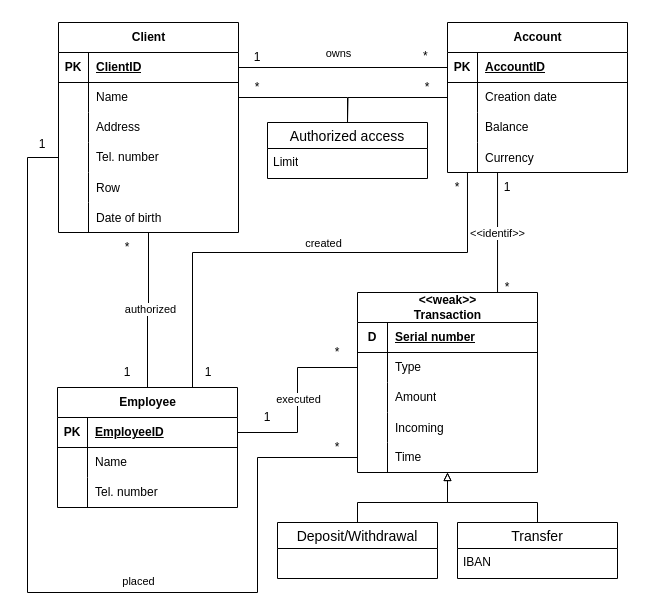
Marek324/butfit-ids keeps this draw.io diagram as erd.drawio. Above is the earlier version. Source tidied: cells renumbered, new cells numbered last; positions are measured from the earlier drawing's top-left corner, leaving out a move shared by most shapes. Both pictures are drawn from the tidied source at 100%, with x=0, y=0 at pixel (17, 22).
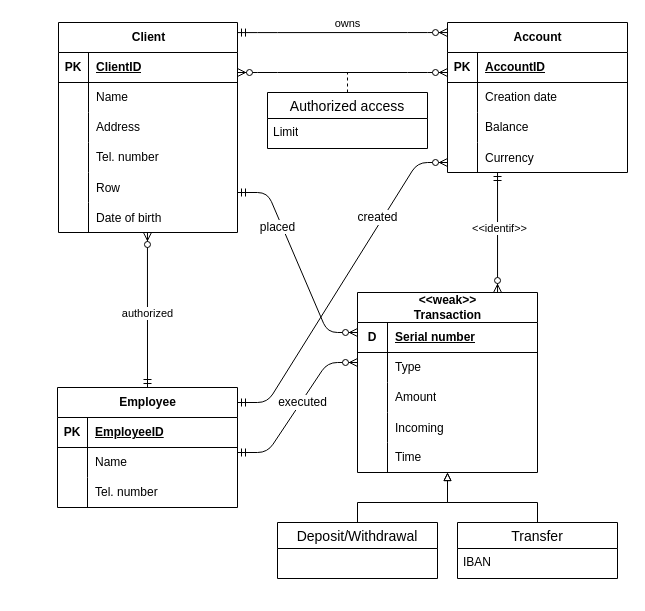
The same diagram, later.

Commit message:
Update ERD to crow's foot

The change refers to these unchanged cells:
```xml
<mxCell id="21" value="Account" style="shape=table;startSize=30;childLayout=tableLayout;rowLines=0;fontStyle=1;align=center;html=1;" parent="1" vertex="1">
  <mxGeometry x="430" width="180" height="150" as="geometry" />
</mxCell>
<mxCell id="22" style="shape=tableRow;horizontal=0;startSize=0;swimlaneHead=0;swimlaneBody=0;fillColor=none;points=[[0,0.5],[1,0.5]];portConstraint=eastwest;top=0;left=0;right=0;bottom=1;" parent="21" vertex="1">
  <mxGeometry y="30" width="180" height="30" as="geometry" />
</mxCell>
<mxCell id="25" style="shape=tableRow;horizontal=0;startSize=0;swimlaneHead=0;swimlaneBody=0;fillColor=none;points=[[0,0.5],[1,0.5]];portConstraint=eastwest;top=0;left=0;right=0;bottom=0;" parent="21" vertex="1">
  <mxGeometry y="60" width="180" height="30" as="geometry" />
</mxCell>
<mxCell id="31" style="shape=tableRow;horizontal=0;startSize=0;swimlaneHead=0;swimlaneBody=0;fillColor=none;points=[[0,0.5],[1,0.5]];portConstraint=eastwest;top=0;left=0;right=0;bottom=0;" parent="21" vertex="1">
  <mxGeometry y="120" width="180" height="30" as="geometry" />
</mxCell>
<mxCell id="40" value="&amp;lt;&amp;lt;weak&amp;gt;&amp;gt;&lt;br&gt;&lt;div&gt;Transaction&lt;/div&gt;" style="shape=table;startSize=30;childLayout=tableLayout;rowLines=0;fontStyle=1;align=center;html=1;" parent="1" vertex="1">
  <mxGeometry x="340" y="270" width="180" height="180" as="geometry" />
</mxCell>
<mxCell id="41" style="shape=tableRow;horizontal=0;startSize=0;swimlaneHead=0;swimlaneBody=0;fillColor=none;points=[[0,0.5],[1,0.5]];portConstraint=eastwest;top=0;left=0;right=0;bottom=1;" parent="40" vertex="1">
  <mxGeometry y="30" width="180" height="30" as="geometry" />
</mxCell>
<mxCell id="44" style="shape=tableRow;horizontal=0;startSize=0;swimlaneHead=0;swimlaneBody=0;fillColor=none;points=[[0,0.5],[1,0.5]];portConstraint=eastwest;top=0;left=0;right=0;bottom=0;" parent="40" vertex="1">
  <mxGeometry y="60" width="180" height="30" as="geometry" />
</mxCell>
<mxCell id="53" style="shape=tableRow;horizontal=0;startSize=0;swimlaneHead=0;swimlaneBody=0;fillColor=none;points=[[0,0.5],[1,0.5]];portConstraint=eastwest;top=0;left=0;right=0;bottom=0;" parent="40" vertex="1">
  <mxGeometry y="150" width="180" height="30" as="geometry" />
</mxCell>
<mxCell id="56" value="Employee" style="shape=table;startSize=30;childLayout=tableLayout;rowLines=0;fontStyle=1;align=center;html=1;" parent="1" vertex="1">
  <mxGeometry x="40" y="365" width="180" height="120" as="geometry" />
</mxCell>
<mxCell id="60" style="shape=tableRow;horizontal=0;startSize=0;swimlaneHead=0;swimlaneBody=0;fillColor=none;points=[[0,0.5],[1,0.5]];portConstraint=eastwest;top=0;left=0;right=0;bottom=0;" parent="56" vertex="1">
  <mxGeometry y="60" width="180" height="30" as="geometry" />
</mxCell>
```

Diff of the diagram source:
```diff
@@
     <mxCell id="2" value="Client" style="shape=table;startSize=30;childLayout=tableLayout;rowLines=0;fontStyle=1;align=center;html=1;" parent="1" vertex="1">
-      <mxGeometry x="41" width="180" height="210" as="geometry" />
+      <mxGeometry x="41" width="179" height="210" as="geometry" />
     </mxCell>
     <mxCell id="3" style="shape=tableRow;horizontal=0;startSize=0;swimlaneHead=0;swimlaneBody=0;fillColor=none;points=[[0,0.5],[1,0.5]];portConstraint=eastwest;top=0;left=0;right=0;bottom=1;" parent="2" vertex="1">
-      <mxGeometry y="30" width="180" height="30" as="geometry" />
+      <mxGeometry y="30" width="179" height="30" as="geometry" />
     </mxCell>
@@
     <mxCell id="5" value="ClientID" style="shape=partialRectangle;fillColor=none;top=0;left=0;bottom=0;right=0;align=left;spacingLeft=6;fontStyle=5;overflow=hidden;whiteSpace=wrap;html=1;" parent="3" vertex="1">
-      <mxGeometry x="30" width="150" height="30" as="geometry" />
+      <mxGeometry x="30" width="149" height="30" as="geometry" />
     </mxCell>
     <mxCell id="6" style="shape=tableRow;horizontal=0;startSize=0;swimlaneHead=0;swimlaneBody=0;fillColor=none;points=[[0,0.5],[1,0.5]];portConstraint=eastwest;top=0;left=0;right=0;bottom=0;" parent="2" vertex="1">
-      <mxGeometry y="60" width="180" height="30" as="geometry" />
+      <mxGeometry y="60" width="179" height="30" as="geometry" />
     </mxCell>
@@
     <mxCell id="8" value="Name" style="shape=partialRectangle;fillColor=none;top=0;left=0;bottom=0;right=0;align=left;spacingLeft=6;overflow=hidden;whiteSpace=wrap;html=1;" parent="6" vertex="1">
-      <mxGeometry x="30" width="150" height="30" as="geometry" />
+      <mxGeometry x="30" width="149" height="30" as="geometry" />
     </mxCell>
     <mxCell id="9" style="shape=tableRow;horizontal=0;startSize=0;swimlaneHead=0;swimlaneBody=0;fillColor=none;top=0;left=0;right=0;bottom=0;" parent="2" vertex="1">
-      <mxGeometry y="90" width="180" height="30" as="geometry" />
+      <mxGeometry y="90" width="179" height="30" as="geometry" />
     </mxCell>
@@
     <mxCell id="11" value="Address" style="shape=partialRectangle;fillColor=none;top=0;left=0;bottom=0;right=0;align=left;spacingLeft=6;overflow=hidden;whiteSpace=wrap;html=1;" parent="9" vertex="1">
-      <mxGeometry x="30" width="150" height="30" as="geometry" />
+      <mxGeometry x="30" width="149" height="30" as="geometry" />
     </mxCell>
     <mxCell id="12" style="shape=tableRow;horizontal=0;startSize=0;swimlaneHead=0;swimlaneBody=0;fillColor=none;points=[[0,0.5],[1,0.5]];portConstraint=eastwest;top=0;left=0;right=0;bottom=0;" parent="2" vertex="1">
-      <mxGeometry y="120" width="180" height="30" as="geometry" />
+      <mxGeometry y="120" width="179" height="30" as="geometry" />
     </mxCell>
@@
     <mxCell id="14" value="Tel. number" style="shape=partialRectangle;fillColor=none;top=0;left=0;bottom=0;right=0;align=left;spacingLeft=6;overflow=hidden;whiteSpace=wrap;html=1;" parent="12" vertex="1">
-      <mxGeometry x="30" width="150" height="30" as="geometry" />
+      <mxGeometry x="30" width="149" height="30" as="geometry" />
     </mxCell>
     <mxCell id="15" style="shape=tableRow;horizontal=0;startSize=0;swimlaneHead=0;swimlaneBody=0;fillColor=none;points=[[0,0.5],[1,0.5]];portConstraint=eastwest;top=0;left=0;right=0;bottom=0;" parent="2" vertex="1">
-      <mxGeometry y="150" width="180" height="30" as="geometry" />
+      <mxGeometry y="150" width="179" height="30" as="geometry" />
     </mxCell>
@@
     <mxCell id="17" value="Row" style="shape=partialRectangle;fillColor=none;top=0;left=0;bottom=0;right=0;align=left;spacingLeft=6;overflow=hidden;" parent="15" vertex="1">
-      <mxGeometry x="30" width="150" height="30" as="geometry" />
+      <mxGeometry x="30" width="149" height="30" as="geometry" />
     </mxCell>
     <mxCell id="18" style="shape=tableRow;horizontal=0;startSize=0;swimlaneHead=0;swimlaneBody=0;fillColor=none;points=[[0,0.5],[1,0.5]];portConstraint=eastwest;top=0;left=0;right=0;bottom=0;" parent="2" vertex="1">
-      <mxGeometry y="180" width="180" height="30" as="geometry" />
+      <mxGeometry y="180" width="179" height="30" as="geometry" />
     </mxCell>
@@
     <mxCell id="20" value="Date of birth" style="shape=partialRectangle;fillColor=none;top=0;left=0;bottom=0;right=0;align=left;spacingLeft=6;overflow=hidden;" parent="18" vertex="1">
-      <mxGeometry x="30" width="150" height="30" as="geometry" />
+      <mxGeometry x="30" width="149" height="30" as="geometry" />
     </mxCell>
@@
-    <mxCell id="34" style="edgeStyle=orthogonalEdgeStyle;rounded=0;jettySize=auto;html=1;exitX=1;exitY=0.5;exitDx=0;exitDy=0;entryX=0;entryY=0.5;entryDx=0;entryDy=0;endArrow=none;endFill=0;" parent="1" edge="1" source="3" target="22">
-      <mxGeometry relative="1" as="geometry" />
-    </mxCell>
-    <mxCell id="35" value="owns" style="edgeLabel;html=1;align=center;verticalAlign=middle;" parent="34" vertex="1">
-      <mxGeometry x="-0.05" y="2" relative="1" as="geometry">
-        <mxPoint y="-13" as="offset" />
-      </mxGeometry>
-    </mxCell>
+    <mxCell id="95" style="edgeStyle=none;html=1;exitX=0.5;exitY=0;exitDx=0;exitDy=0;endArrow=none;endFill=0;dashed=1;" parent="1" edge="1" source="36">
+      <mxGeometry relative="1" as="geometry">
+        <mxPoint x="330" y="50" as="targetPoint" />
+      </mxGeometry>
+    </mxCell>
     <mxCell id="36" value="Authorized access" style="swimlane;fontStyle=0;horizontal=1;startSize=26;align=center;fontSize=14;" parent="1" vertex="1">
-      <mxGeometry x="250" y="100" width="160" height="56" as="geometry" />
+      <mxGeometry x="250" y="70" width="160" height="56" as="geometry" />
     </mxCell>
@@
-    <mxCell id="38" style="edgeStyle=orthogonalEdgeStyle;rounded=0;jettySize=auto;html=1;exitX=1;exitY=0.5;exitDx=0;exitDy=0;endArrow=none;endFill=0;" parent="1" edge="1" source="6" target="36">
-      <mxGeometry relative="1" as="geometry" />
-    </mxCell>
-    <mxCell id="39" style="edgeStyle=orthogonalEdgeStyle;rounded=0;jettySize=auto;html=1;exitX=0;exitY=0.5;exitDx=0;exitDy=0;endArrow=none;endFill=0;" parent="1" edge="1" source="25">
-      <mxGeometry relative="1" as="geometry">
-        <mxPoint x="330" y="100" as="targetPoint" />
-      </mxGeometry>
-    </mxCell>
@@
-    <mxCell id="66" style="edgeStyle=orthogonalEdgeStyle;rounded=0;jettySize=auto;html=1;exitX=1;exitY=0.5;exitDx=0;exitDy=0;entryX=0;entryY=0.5;entryDx=0;entryDy=0;endArrow=none;endFill=0;" parent="1" edge="1" source="60" target="44">
-      <mxGeometry relative="1" as="geometry">
-        <Array as="points">
-          <mxPoint x="220" y="410" />
-          <mxPoint x="280" y="410" />
-          <mxPoint x="280" y="345" />
-        </Array>
-      </mxGeometry>
-    </mxCell>
-    <mxCell id="67" value="executed" style="edgeLabel;html=1;align=center;verticalAlign=middle;" parent="66" vertex="1">
-      <mxGeometry x="0.12" y="-2" relative="1" as="geometry">
-        <mxPoint x="-2" y="-4" as="offset" />
-      </mxGeometry>
-    </mxCell>
@@
-    <mxCell id="72" value="1" style="text;html=1;align=center;verticalAlign=middle;whiteSpace=wrap;rounded=0;" parent="1" vertex="1">
-      <mxGeometry x="210" y="20" width="60" height="30" as="geometry" />
-    </mxCell>
-    <mxCell id="73" value="*" style="text;strokeColor=none;fillColor=none;spacingLeft=4;spacingRight=4;overflow=hidden;fontSize=12;whiteSpace=wrap;html=1;" parent="1" vertex="1">
-      <mxGeometry x="400" y="20" width="40" height="30" as="geometry" />
-    </mxCell>
-    <mxCell id="74" value="*" style="text;html=1;align=center;verticalAlign=middle;whiteSpace=wrap;rounded=0;" parent="1" vertex="1">
-      <mxGeometry x="210" y="50" width="60" height="30" as="geometry" />
-    </mxCell>
-    <mxCell id="75" value="*" style="text;html=1;align=center;verticalAlign=middle;whiteSpace=wrap;rounded=0;" parent="1" vertex="1">
-      <mxGeometry x="380" y="50" width="60" height="30" as="geometry" />
-    </mxCell>
-    <mxCell id="76" value="1" style="text;html=1;align=center;verticalAlign=middle;whiteSpace=wrap;rounded=0;" parent="1" vertex="1">
-      <mxGeometry x="460" y="150" width="60" height="30" as="geometry" />
-    </mxCell>
-    <mxCell id="77" value="*" style="text;html=1;align=center;verticalAlign=middle;whiteSpace=wrap;rounded=0;" parent="1" vertex="1">
-      <mxGeometry x="460" y="250" width="60" height="30" as="geometry" />
-    </mxCell>
-    <mxCell id="78" value="1" style="text;html=1;align=center;verticalAlign=middle;whiteSpace=wrap;rounded=0;" parent="1" vertex="1">
-      <mxGeometry x="220" y="380" width="60" height="30" as="geometry" />
-    </mxCell>
-    <mxCell id="79" value="*" style="text;html=1;align=center;verticalAlign=middle;whiteSpace=wrap;rounded=0;" parent="1" vertex="1">
-      <mxGeometry x="290" y="315" width="60" height="30" as="geometry" />
-    </mxCell>
@@
+    <mxCell id="96" style="edgeStyle=entityRelationEdgeStyle;fontSize=12;html=1;endArrow=ERzeroToMany;startArrow=ERmandOne;entryX=0;entryY=0.067;entryDx=0;entryDy=0;entryPerimeter=0;exitX=1;exitY=0.048;exitDx=0;exitDy=0;exitPerimeter=0;" parent="1" edge="1" source="2" target="21">
+      <mxGeometry relative="1" as="geometry" />
+    </mxCell>
+    <mxCell id="35" value="owns" style="edgeLabel;html=1;align=center;verticalAlign=middle;" parent="96" vertex="1">
+      <mxGeometry x="0.24" y="2" relative="1" as="geometry">
+        <mxPoint x="-20" y="-8" as="offset" />
+      </mxGeometry>
+    </mxCell>
+    <mxCell id="97" style="edgeStyle=entityRelationEdgeStyle;fontSize=12;html=1;endArrow=ERzeroToMany;endFill=1;startArrow=ERzeroToMany;entryX=0;entryY=0.667;entryDx=0;entryDy=0;entryPerimeter=0;" parent="1" edge="1" target="22">
+      <mxGeometry relative="1" as="geometry">
+        <mxPoint x="220" y="50" as="sourcePoint" />
+      </mxGeometry>
+    </mxCell>
+    <mxCell id="85" style="edgeStyle=entityRelationEdgeStyle;fontSize=12;html=1;endArrow=ERzeroToMany;startArrow=ERmandOne;exitX=1;exitY=0.125;exitDx=0;exitDy=0;exitPerimeter=0;entryX=0;entryY=0.667;entryDx=0;entryDy=0;entryPerimeter=0;" parent="1" edge="1" source="56" target="31">
+      <mxGeometry relative="1" as="geometry">
+        <Array as="points">
+          <mxPoint x="220" y="340" />
+        </Array>
+      </mxGeometry>
+    </mxCell>
+    <mxCell id="98" style="edgeStyle=entityRelationEdgeStyle;fontSize=12;html=1;endArrow=ERzeroToMany;startArrow=ERmandOne;entryX=0;entryY=0.333;entryDx=0;entryDy=0;entryPerimeter=0;" parent="1" edge="1" target="44">
+      <mxGeometry relative="1" as="geometry">
+        <mxPoint x="220" y="430" as="sourcePoint" />
+      </mxGeometry>
+    </mxCell>
+    <mxCell id="67" value="executed" style="text;html=1;align=center;verticalAlign=middle;strokeColor=none;fillColor=none;labelBackgroundColor=default;" parent="1" vertex="1">
+      <mxGeometry x="250" y="365" width="70" height="30" as="geometry" />
+    </mxCell>
+    <mxCell id="99" style="edgeStyle=entityRelationEdgeStyle;fontSize=12;html=1;endArrow=ERzeroToMany;startArrow=ERmandOne;entryX=0;entryY=0.333;entryDx=0;entryDy=0;entryPerimeter=0;exitX=1;exitY=0.667;exitDx=0;exitDy=0;exitPerimeter=0;" parent="1" edge="1" source="15" target="41">
+      <mxGeometry relative="1" as="geometry" />
+    </mxCell>
+    <mxCell id="86" value="created" style="text;html=1;align=center;verticalAlign=middle;strokeColor=none;fillColor=none;labelBackgroundColor=default;" parent="1" vertex="1">
+      <mxGeometry x="330" y="180" width="60" height="30" as="geometry" />
+    </mxCell>
+    <mxCell id="92" value="&lt;span style=&quot;background-color: light-dark(#ffffff, var(--ge-dark-color, #121212));&quot;&gt;placed&lt;/span&gt;" style="text;html=1;align=center;verticalAlign=middle;strokeColor=none;fillColor=none;rotation=0;" parent="1" vertex="1">
+      <mxGeometry x="230" y="190" width="60" height="30" as="geometry" />
+    </mxCell>
+    <mxCell id="100" style="fontSize=12;html=1;endArrow=ERzeroToMany;startArrow=ERmandOne;entryX=0.778;entryY=0;entryDx=0;entryDy=0;entryPerimeter=0;exitX=0.278;exitY=1;exitDx=0;exitDy=0;exitPerimeter=0;" parent="1" edge="1" source="31" target="40">
+      <mxGeometry relative="1" as="geometry" />
+    </mxCell>
+    <mxCell id="88" value="&amp;lt;&amp;lt;identif&amp;gt;&amp;gt;" style="edgeLabel;html=1;align=center;verticalAlign=middle;" parent="100" vertex="1">
+      <mxGeometry x="-0.23" y="1" relative="1" as="geometry">
+        <mxPoint y="9" as="offset" />
+      </mxGeometry>
+    </mxCell>
-    <mxCell id="81" style="edgeStyle=orthogonalEdgeStyle;rounded=0;jettySize=auto;html=1;exitX=0.5;exitY=0;exitDx=0;exitDy=0;endArrow=none;startFill=0;entryX=0.5;entryY=1;entryDx=0;entryDy=0;entryPerimeter=0;" parent="1" edge="1" source="56" target="18">
+    <mxCell id="81" style="fontSize=12;html=1;endArrow=ERzeroToMany;startArrow=ERmandOne;entryX=0.497;entryY=1;entryDx=0;entryDy=0;entryPerimeter=0;exitX=0.5;exitY=0;exitDx=0;exitDy=0;" parent="1" edge="1" source="56" target="18">
       <mxGeometry relative="1" as="geometry" />
     </mxCell>
     <mxCell id="82" value="authorized" style="edgeLabel;html=1;align=center;verticalAlign=middle;" parent="81" vertex="1">
-      <mxGeometry x="0.03" y="-1" relative="1" as="geometry" />
+      <mxGeometry x="-0.11" y="1" relative="1" as="geometry">
+        <mxPoint x="1" y="-6" as="offset" />
+      </mxGeometry>
     </mxCell>
-    <mxCell id="83" value="1" style="text;html=1;align=center;verticalAlign=middle;whiteSpace=wrap;rounded=0;" parent="1" vertex="1">
-      <mxGeometry x="80" y="335" width="60" height="30" as="geometry" />
-    </mxCell>
-    <mxCell id="84" value="1" style="text;html=1;align=center;verticalAlign=middle;whiteSpace=wrap;rounded=0;" parent="1" vertex="1">
-      <mxGeometry x="161" y="335" width="60" height="30" as="geometry" />
-    </mxCell>
-    <mxCell id="85" style="edgeStyle=orthogonalEdgeStyle;rounded=0;jettySize=auto;html=1;exitX=0.75;exitY=0;exitDx=0;exitDy=0;entryX=0.111;entryY=1;entryDx=0;entryDy=0;entryPerimeter=0;endArrow=none;startFill=0;" parent="1" edge="1" source="56" target="31">
-      <mxGeometry relative="1" as="geometry">
-        <Array as="points">
-          <mxPoint x="175" y="230" />
-          <mxPoint x="450" y="230" />
-        </Array>
-      </mxGeometry>
-    </mxCell>
-    <mxCell id="86" value="created" style="edgeLabel;html=1;align=center;verticalAlign=middle;" parent="85" vertex="1">
-      <mxGeometry x="0.04" y="4" relative="1" as="geometry">
-        <mxPoint x="10" y="-6" as="offset" />
-      </mxGeometry>
-    </mxCell>
-    <mxCell id="87" style="edgeStyle=orthogonalEdgeStyle;rounded=0;jettySize=auto;html=1;exitX=0.778;exitY=0;exitDx=0;exitDy=0;entryX=0.278;entryY=1;entryDx=0;entryDy=0;entryPerimeter=0;endArrow=none;startFill=0;exitPerimeter=0;" parent="1" edge="1" source="40" target="31">
-      <mxGeometry relative="1" as="geometry" />
-    </mxCell>
-    <mxCell id="88" value="&amp;lt;&amp;lt;identif&amp;gt;&amp;gt;" style="edgeLabel;html=1;align=center;verticalAlign=middle;" parent="87" vertex="1">
-      <mxGeometry x="0.02" y="1" relative="1" as="geometry">
-        <mxPoint y="1" as="offset" />
-      </mxGeometry>
-    </mxCell>
-    <mxCell id="89" value="*" style="text;html=1;align=center;verticalAlign=middle;whiteSpace=wrap;rounded=0;" parent="1" vertex="1">
-      <mxGeometry x="410" y="150" width="60" height="30" as="geometry" />
-    </mxCell>
-    <mxCell id="90" value="*" style="text;html=1;align=center;verticalAlign=middle;whiteSpace=wrap;rounded=0;" parent="1" vertex="1">
-      <mxGeometry x="80" y="210" width="60" height="30" as="geometry" />
-    </mxCell>
-    <mxCell id="91" style="edgeStyle=orthogonalEdgeStyle;rounded=0;jettySize=auto;html=1;exitX=0;exitY=0.5;exitDx=0;exitDy=0;entryX=0;entryY=0.5;entryDx=0;entryDy=0;endArrow=none;startFill=0;" parent="1" edge="1" source="12" target="53">
-      <mxGeometry relative="1" as="geometry">
-        <Array as="points">
-          <mxPoint x="10" y="135" />
-          <mxPoint x="10" y="570" />
-          <mxPoint x="240" y="570" />
-          <mxPoint x="240" y="435" />
-        </Array>
-      </mxGeometry>
-    </mxCell>
-    <mxCell id="92" value="&lt;div&gt;placed&lt;/div&gt;" style="edgeLabel;html=1;align=center;verticalAlign=middle;" parent="91" vertex="1">
-      <mxGeometry x="0.52" y="-1" relative="1" as="geometry">
-        <mxPoint x="-121" as="offset" />
-      </mxGeometry>
-    </mxCell>
-    <mxCell id="93" value="1" style="text;html=1;align=center;verticalAlign=middle;whiteSpace=wrap;rounded=0;" parent="1" vertex="1">
-      <mxGeometry y="110" width="50" height="23" as="geometry" />
-    </mxCell>
-    <mxCell id="94" value="*" style="text;html=1;align=center;verticalAlign=middle;whiteSpace=wrap;rounded=0;" parent="1" vertex="1">
-      <mxGeometry x="290" y="410" width="60" height="30" as="geometry" />
-    </mxCell>
```
